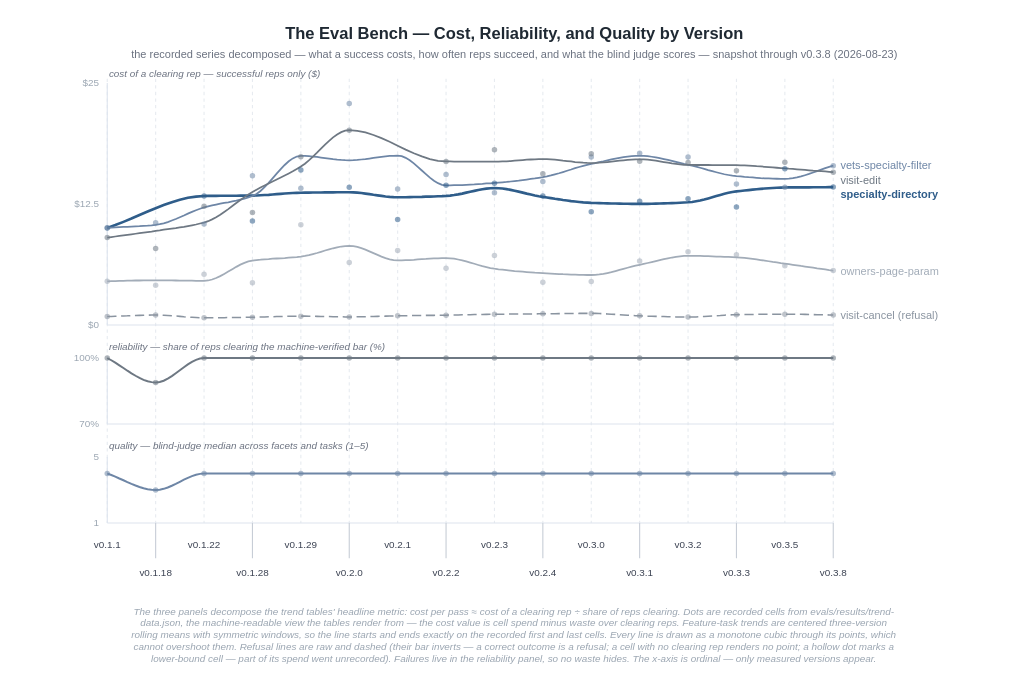
Above: docs/images/eval-trend.drawio in woditschka/agentic-coding-reference (draw.io), before the change. Source tidied: cells renumbered, new cells numbered last; positions are measured from the earlier drawing's top-left corner, leaving out a move shared by most shapes. Both pictures are drawn from the tidied source at 110%, with x=0, y=0 at pixel (19, 19).
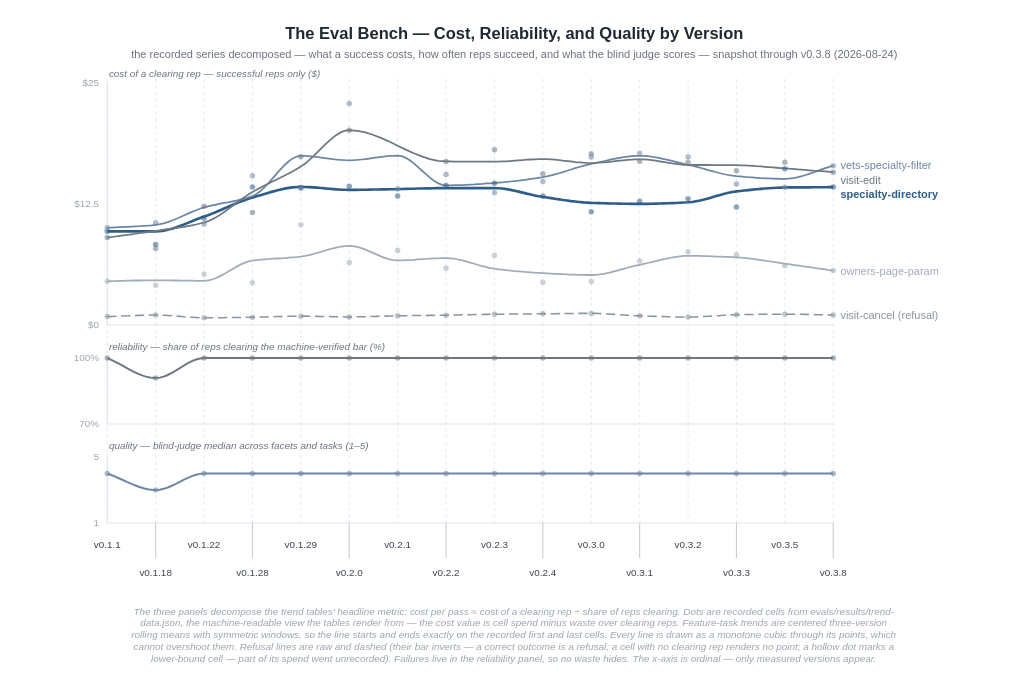
The same page after the edit.

Change to the diagram source:
```diff
@@
-    <mxCell id="3" value="the recorded series decomposed — what a success costs, how often reps succeed, and what the blind judge scores — snapshot through v0.3.8 (2026-08-23)" style="text;html=1;align=center;verticalAlign=middle;fontSize=10;fontColor=#6B7280;" parent="1" vertex="1">
+    <mxCell id="3" value="the recorded series decomposed — what a success costs, how often reps succeed, and what the blind judge scores — snapshot through v0.3.8 (2026-08-24)" style="text;html=1;align=center;verticalAlign=middle;fontSize=10;fontColor=#6B7280;" parent="1" vertex="1">
       <mxGeometry y="25" width="900" height="14" as="geometry" />
     </mxCell>
@@
     <mxCell id="37" style="edgeStyle=none;rounded=0;curved=0;html=1;jettySize=0;endArrow=none;startArrow=none;strokeColor=#2F5D8A;strokeWidth=2.4;" parent="1" edge="1">
       <mxGeometry relative="1" as="geometry">
-        <mxPoint x="80" y="189.7" as="sourcePoint" />
+        <mxPoint x="80" y="192.8" as="sourcePoint" />
         <mxPoint x="740" y="152.6" as="targetPoint" />
         <Array as="points">
-          <mxPoint x="87.3" y="187.1" />
-          <mxPoint x="94.7" y="184.2" />
-          <mxPoint x="102" y="181.2" />
-          <mxPoint x="109.3" y="178" />
-          <mxPoint x="116.7" y="174.8" />
-          <mxPoint x="124" y="171.8" />
-          <mxPoint x="131.3" y="168.9" />
-          <mxPoint x="138.7" y="166.3" />
-          <mxPoint x="146" y="164.1" />
-          <mxPoint x="153.3" y="162.3" />
-          <mxPoint x="160.7" y="161.2" />
-          <mxPoint x="168" y="160.7" />
-          <mxPoint x="171.7" y="160.6" />
-          <mxPoint x="175.3" y="160.6" />
-          <mxPoint x="179" y="160.6" />
-          <mxPoint x="182.7" y="160.5" />
-          <mxPoint x="186.3" y="160.5" />
-          <mxPoint x="190" y="160.5" />
-          <mxPoint x="193.7" y="160.5" />
-          <mxPoint x="197.3" y="160.5" />
-          <mxPoint x="201" y="160.4" />
-          <mxPoint x="204.7" y="160.4" />
-          <mxPoint x="208.3" y="160.4" />
-          <mxPoint x="212" y="160.3" />
-          <mxPoint x="215.7" y="160.2" />
-          <mxPoint x="219.3" y="160" />
-          <mxPoint x="223" y="159.8" />
-          <mxPoint x="226.7" y="159.6" />
-          <mxPoint x="230.3" y="159.3" />
-          <mxPoint x="234" y="159" />
-          <mxPoint x="237.7" y="158.7" />
-          <mxPoint x="241.3" y="158.4" />
-          <mxPoint x="245" y="158.2" />
-          <mxPoint x="248.7" y="158" />
-          <mxPoint x="252.3" y="157.8" />
-          <mxPoint x="256" y="157.7" />
-          <mxPoint x="259.7" y="157.6" />
-          <mxPoint x="263.3" y="157.6" />
-          <mxPoint x="267" y="157.5" />
-          <mxPoint x="270.7" y="157.5" />
-          <mxPoint x="274.3" y="157.5" />
-          <mxPoint x="278" y="157.4" />
-          <mxPoint x="281.7" y="157.4" />
-          <mxPoint x="285.3" y="157.4" />
-          <mxPoint x="289" y="157.3" />
-          <mxPoint x="292.7" y="157.3" />
-          <mxPoint x="296.3" y="157.3" />
-          <mxPoint x="300" y="157.3" />
-          <mxPoint x="303.7" y="157.4" />
-          <mxPoint x="307.3" y="157.6" />
-          <mxPoint x="311" y="158" />
-          <mxPoint x="314.7" y="158.5" />
-          <mxPoint x="318.3" y="159" />
-          <mxPoint x="322" y="159.6" />
-          <mxPoint x="325.7" y="160.1" />
-          <mxPoint x="329.3" y="160.6" />
-          <mxPoint x="333" y="161.1" />
-          <mxPoint x="336.7" y="161.5" />
-          <mxPoint x="340.3" y="161.7" />
-          <mxPoint x="344" y="161.8" />
-          <mxPoint x="347.7" y="161.8" />
-          <mxPoint x="351.3" y="161.8" />
-          <mxPoint x="355" y="161.7" />
-          <mxPoint x="358.7" y="161.6" />
-          <mxPoint x="362.3" y="161.6" />
-          <mxPoint x="366" y="161.5" />
-          <mxPoint x="369.7" y="161.3" />
-          <mxPoint x="373.3" y="161.2" />
-          <mxPoint x="377" y="161.1" />
-          <mxPoint x="380.7" y="160.9" />
-          <mxPoint x="384.3" y="160.8" />
-          <mxPoint x="388" y="160.6" />
-          <mxPoint x="391.7" y="160.3" />
-          <mxPoint x="395.3" y="159.8" />
-          <mxPoint x="399" y="159.2" />
-          <mxPoint x="402.7" y="158.5" />
-          <mxPoint x="406.3" y="157.6" />
-          <mxPoint x="410" y="156.8" />
-          <mxPoint x="413.7" y="156" />
-          <mxPoint x="417.3" y="155.2" />
-          <mxPoint x="421" y="154.5" />
-          <mxPoint x="424.7" y="154" />
-          <mxPoint x="428.3" y="153.6" />
+          <mxPoint x="83.7" y="192.8" />
+          <mxPoint x="87.3" y="192.8" />
+          <mxPoint x="91" y="192.8" />
+          <mxPoint x="94.7" y="192.8" />
+          <mxPoint x="98.3" y="192.8" />
+          <mxPoint x="102" y="192.8" />
+          <mxPoint x="105.7" y="192.8" />
+          <mxPoint x="109.3" y="192.8" />
+          <mxPoint x="113" y="192.8" />
+          <mxPoint x="116.7" y="192.8" />
+          <mxPoint x="120.3" y="192.8" />
+          <mxPoint x="124" y="192.8" />
+          <mxPoint x="127.7" y="192.6" />
+          <mxPoint x="131.3" y="192.2" />
+          <mxPoint x="135" y="191.4" />
+          <mxPoint x="138.7" y="190.4" />
+          <mxPoint x="142.3" y="189.3" />
+          <mxPoint x="146" y="188" />
+          <mxPoint x="149.7" y="186.6" />
+          <mxPoint x="153.3" y="185.1" />
+          <mxPoint x="157" y="183.6" />
+          <mxPoint x="160.7" y="182.1" />
+          <mxPoint x="164.3" y="180.7" />
+          <mxPoint x="168" y="179.4" />
+          <mxPoint x="171.7" y="178.1" />
+          <mxPoint x="175.3" y="176.7" />
+          <mxPoint x="179" y="175.2" />
+          <mxPoint x="182.7" y="173.6" />
+          <mxPoint x="186.3" y="172" />
+          <mxPoint x="190" y="170.4" />
+          <mxPoint x="193.7" y="168.8" />
+          <mxPoint x="197.3" y="167.3" />
+          <mxPoint x="201" y="165.8" />
+          <mxPoint x="204.7" y="164.5" />
+          <mxPoint x="208.3" y="163.2" />
+          <mxPoint x="212" y="162.1" />
+          <mxPoint x="215.7" y="161" />
+          <mxPoint x="219.3" y="159.9" />
+          <mxPoint x="223" y="158.8" />
+          <mxPoint x="226.7" y="157.7" />
+          <mxPoint x="230.3" y="156.7" />
+          <mxPoint x="234" y="155.7" />
+          <mxPoint x="237.7" y="154.8" />
+          <mxPoint x="241.3" y="154" />
+          <mxPoint x="245" y="153.3" />
+          <mxPoint x="248.7" y="152.8" />
+          <mxPoint x="252.3" y="152.5" />
+          <mxPoint x="256" y="152.4" />
+          <mxPoint x="259.7" y="152.5" />
+          <mxPoint x="263.3" y="152.6" />
+          <mxPoint x="267" y="152.8" />
+          <mxPoint x="270.7" y="153.1" />
+          <mxPoint x="274.3" y="153.4" />
+          <mxPoint x="278" y="153.8" />
+          <mxPoint x="281.7" y="154.1" />
+          <mxPoint x="285.3" y="154.4" />
+          <mxPoint x="289" y="154.7" />
+          <mxPoint x="292.7" y="154.9" />
+          <mxPoint x="296.3" y="155" />
+          <mxPoint x="300" y="155.1" />
+          <mxPoint x="303.7" y="155.1" />
+          <mxPoint x="307.3" y="155.1" />
+          <mxPoint x="311" y="155" />
+          <mxPoint x="314.7" y="155" />
+          <mxPoint x="318.3" y="154.9" />
+          <mxPoint x="322" y="154.8" />
+          <mxPoint x="325.7" y="154.8" />
+          <mxPoint x="329.3" y="154.7" />
+          <mxPoint x="333" y="154.6" />
+          <mxPoint x="336.7" y="154.5" />
+          <mxPoint x="340.3" y="154.5" />
+          <mxPoint x="344" y="154.4" />
+          <mxPoint x="347.7" y="154.3" />
+          <mxPoint x="351.3" y="154.2" />
+          <mxPoint x="355" y="154.1" />
+          <mxPoint x="358.7" y="154.1" />
+          <mxPoint x="362.3" y="153.9" />
+          <mxPoint x="366" y="153.9" />
+          <mxPoint x="369.7" y="153.8" />
+          <mxPoint x="373.3" y="153.7" />
+          <mxPoint x="377" y="153.6" />
+          <mxPoint x="380.7" y="153.5" />
+          <mxPoint x="384.3" y="153.5" />
+          <mxPoint x="388" y="153.5" />
+          <mxPoint x="391.7" y="153.5" />
+          <mxPoint x="395.3" y="153.5" />
+          <mxPoint x="399" y="153.5" />
+          <mxPoint x="402.7" y="153.5" />
+          <mxPoint x="406.3" y="153.5" />
+          <mxPoint x="410" y="153.5" />
+          <mxPoint x="413.7" y="153.5" />
+          <mxPoint x="417.3" y="153.5" />
+          <mxPoint x="421" y="153.5" />
+          <mxPoint x="424.7" y="153.5" />
+          <mxPoint x="428.3" y="153.5" />
           <mxPoint x="432" y="153.5" />
           <mxPoint x="435.7" y="153.6" />
           <mxPoint x="439.3" y="153.9" />
           <mxPoint x="443" y="154.4" />
           <mxPoint x="446.7" y="155.1" />
           <mxPoint x="450.3" y="155.9" />
           <mxPoint x="454" y="156.7" />
           <mxPoint x="457.7" y="157.6" />
           <mxPoint x="461.3" y="158.5" />
           <mxPoint x="465" y="159.3" />
           <mxPoint x="468.7" y="160.2" />
           <mxPoint x="472.3" y="160.9" />
           <mxPoint x="476" y="161.5" />
           <mxPoint x="479.7" y="162" />
           <mxPoint x="483.3" y="162.6" />
           <mxPoint x="487" y="163.2" />
           <mxPoint x="490.7" y="163.7" />
           <mxPoint x="494.3" y="164.3" />
           <mxPoint x="498" y="164.8" />
           <mxPoint x="501.7" y="165.3" />
           <mxPoint x="505.3" y="165.7" />
           <mxPoint x="509" y="166.1" />
           <mxPoint x="512.7" y="166.5" />
           <mxPoint x="516.3" y="166.7" />
           <mxPoint x="520" y="166.9" />
           <mxPoint x="523.7" y="167" />
           <mxPoint x="527.3" y="167.1" />
           <mxPoint x="531" y="167.3" />
           <mxPoint x="534.7" y="167.4" />
           <mxPoint x="538.3" y="167.5" />
           <mxPoint x="542" y="167.5" />
           <mxPoint x="545.7" y="167.6" />
           <mxPoint x="549.3" y="167.7" />
           <mxPoint x="553" y="167.7" />
           <mxPoint x="556.7" y="167.8" />
           <mxPoint x="560.3" y="167.8" />
           <mxPoint x="564" y="167.8" />
           <mxPoint x="567.7" y="167.8" />
           <mxPoint x="571.3" y="167.8" />
           <mxPoint x="575" y="167.7" />
           <mxPoint x="578.7" y="167.6" />
           <mxPoint x="582.3" y="167.5" />
           <mxPoint x="586" y="167.4" />
           <mxPoint x="589.7" y="167.3" />
           <mxPoint x="593.3" y="167.1" />
           <mxPoint x="597" y="167" />
           <mxPoint x="600.7" y="166.8" />
           <mxPoint x="604.3" y="166.6" />
           <mxPoint x="608" y="166.4" />
           <mxPoint x="611.7" y="166.1" />
           <mxPoint x="615.3" y="165.5" />
           <mxPoint x="619" y="164.8" />
           <mxPoint x="622.7" y="163.9" />
           <mxPoint x="626.3" y="162.9" />
           <mxPoint x="630" y="161.8" />
           <mxPoint x="633.7" y="160.7" />
           <mxPoint x="637.3" y="159.7" />
           <mxPoint x="641" y="158.7" />
           <mxPoint x="644.7" y="157.8" />
           <mxPoint x="648.3" y="157" />
           <mxPoint x="652" y="156.5" />
           <mxPoint x="655.7" y="156.1" />
           <mxPoint x="659.3" y="155.7" />
           <mxPoint x="663" y="155.3" />
           <mxPoint x="666.7" y="154.9" />
           <mxPoint x="670.3" y="154.5" />
           <mxPoint x="674" y="154.2" />
           <mxPoint x="677.7" y="153.9" />
           <mxPoint x="681.3" y="153.6" />
           <mxPoint x="685" y="153.4" />
           <mxPoint x="688.7" y="153.2" />
           <mxPoint x="692.3" y="153.1" />
           <mxPoint x="696" y="153" />
           <mxPoint x="699.7" y="152.9" />
           <mxPoint x="703.3" y="152.9" />
           <mxPoint x="707" y="152.9" />
           <mxPoint x="710.7" y="152.8" />
           <mxPoint x="714.3" y="152.8" />
           <mxPoint x="718" y="152.8" />
           <mxPoint x="721.7" y="152.7" />
           <mxPoint x="725.3" y="152.7" />
           <mxPoint x="729" y="152.7" />
           <mxPoint x="732.7" y="152.7" />
           <mxPoint x="736.3" y="152.6" />
         </Array>
       </mxGeometry>
     </mxCell>
@@
     <mxCell id="56" style="ellipse;html=1;fillColor=#2F5D8A;strokeColor=none;opacity=55;" parent="1" vertex="1">
-      <mxGeometry x="77.5" y="187.2" width="5" height="5" as="geometry" />
+      <mxGeometry x="77.5" y="190.3" width="5" height="5" as="geometry" />
     </mxCell>
+    <mxCell id="183" style="ellipse;html=1;fillColor=#2F5D8A;strokeColor=none;opacity=55;" parent="1" vertex="1">
+      <mxGeometry x="121.5" y="202.2" width="5" height="5" as="geometry" />
+    </mxCell>
     <mxCell id="57" style="ellipse;html=1;fillColor=#2F5D8A;strokeColor=none;opacity=55;" parent="1" vertex="1">
-      <mxGeometry x="165.5" y="158.2" width="5" height="5" as="geometry" />
+      <mxGeometry x="165.5" y="178.5" width="5" height="5" as="geometry" />
     </mxCell>
     <mxCell id="58" style="ellipse;html=1;fillColor=#2F5D8A;strokeColor=none;opacity=55;" parent="1" vertex="1">
-      <mxGeometry x="209.5" y="180.8" width="5" height="5" as="geometry" />
+      <mxGeometry x="209.5" y="149.9" width="5" height="5" as="geometry" />
     </mxCell>
     <mxCell id="59" style="ellipse;html=1;fillColor=#2F5D8A;strokeColor=none;opacity=55;" parent="1" vertex="1">
-      <mxGeometry x="253.5" y="134.5" width="5" height="5" as="geometry" />
+      <mxGeometry x="253.5" y="150.5" width="5" height="5" as="geometry" />
     </mxCell>
     <mxCell id="60" style="ellipse;html=1;fillColor=#2F5D8A;strokeColor=none;opacity=55;" parent="1" vertex="1">
-      <mxGeometry x="297.5" y="150.3" width="5" height="5" as="geometry" />
+      <mxGeometry x="297.5" y="149.3" width="5" height="5" as="geometry" />
     </mxCell>
     <mxCell id="61" style="ellipse;html=1;fillColor=#2F5D8A;strokeColor=none;opacity=55;" parent="1" vertex="1">
-      <mxGeometry x="341.5" y="179.5" width="5" height="5" as="geometry" />
+      <mxGeometry x="341.5" y="158.1" width="5" height="5" as="geometry" />
     </mxCell>
@@
     <mxCell id="119" style="edgeStyle=none;rounded=0;curved=0;html=1;jettySize=0;endArrow=none;startArrow=none;strokeColor=#6E7883;strokeWidth=1.8;" parent="1" edge="1">
       <mxGeometry relative="1" as="geometry">
         <mxPoint x="80" y="308" as="sourcePoint" />
         <mxPoint x="740" y="308" as="targetPoint" />
         <Array as="points">
-          <mxPoint x="83.7" y="310" />
-          <mxPoint x="87.3" y="312.2" />
-          <mxPoint x="91" y="314.6" />
-          <mxPoint x="94.7" y="317" />
-          <mxPoint x="98.3" y="319.5" />
-          <mxPoint x="102" y="321.9" />
-          <mxPoint x="105.7" y="324.1" />
-          <mxPoint x="109.3" y="326.1" />
-          <mxPoint x="113" y="327.8" />
-          <mxPoint x="116.7" y="329.1" />
-          <mxPoint x="120.3" y="329.9" />
-          <mxPoint x="124" y="330.2" />
-          <mxPoint x="127.7" y="329.8" />
-          <mxPoint x="131.3" y="328.6" />
-          <mxPoint x="135" y="326.7" />
-          <mxPoint x="138.7" y="324.4" />
-          <mxPoint x="142.3" y="321.8" />
-          <mxPoint x="146" y="319.1" />
-          <mxPoint x="149.7" y="316.4" />
-          <mxPoint x="153.3" y="313.8" />
-          <mxPoint x="157" y="311.5" />
-          <mxPoint x="160.7" y="309.6" />
+          <mxPoint x="83.7" y="309.6" />
+          <mxPoint x="87.3" y="311.5" />
+          <mxPoint x="91" y="313.4" />
+          <mxPoint x="94.7" y="315.4" />
+          <mxPoint x="98.3" y="317.4" />
+          <mxPoint x="102" y="319.4" />
+          <mxPoint x="105.7" y="321.2" />
+          <mxPoint x="109.3" y="322.8" />
+          <mxPoint x="113" y="324.2" />
+          <mxPoint x="116.7" y="325.3" />
+          <mxPoint x="120.3" y="326" />
+          <mxPoint x="124" y="326.2" />
+          <mxPoint x="127.7" y="325.8" />
+          <mxPoint x="131.3" y="324.9" />
+          <mxPoint x="135" y="323.4" />
+          <mxPoint x="138.7" y="321.5" />
+          <mxPoint x="142.3" y="319.4" />
+          <mxPoint x="146" y="317.1" />
+          <mxPoint x="149.7" y="314.8" />
+          <mxPoint x="153.3" y="312.7" />
+          <mxPoint x="157" y="310.8" />
+          <mxPoint x="160.7" y="309.3" />
           <mxPoint x="164.3" y="308.4" />
           <mxPoint x="168" y="308" />
           <mxPoint x="171.7" y="308" />
           <mxPoint x="175.3" y="308" />
           <mxPoint x="179" y="308" />
           <mxPoint x="182.7" y="308" />
           <mxPoint x="186.3" y="308" />
           <mxPoint x="190" y="308" />
           <mxPoint x="193.7" y="308" />
           <mxPoint x="197.3" y="308" />
           <mxPoint x="201" y="308" />
           <mxPoint x="204.7" y="308" />
           <mxPoint x="208.3" y="308" />
           <mxPoint x="212" y="308" />
           <mxPoint x="215.7" y="308" />
           <mxPoint x="219.3" y="308" />
           <mxPoint x="223" y="308" />
           <mxPoint x="226.7" y="308" />
           <mxPoint x="230.3" y="308" />
           <mxPoint x="234" y="308" />
           <mxPoint x="237.7" y="308" />
           <mxPoint x="241.3" y="308" />
           <mxPoint x="245" y="308" />
           <mxPoint x="248.7" y="308" />
           <mxPoint x="252.3" y="308" />
           <mxPoint x="256" y="308" />
           <mxPoint x="259.7" y="308" />
           <mxPoint x="263.3" y="308" />
           <mxPoint x="267" y="308" />
           <mxPoint x="270.7" y="308" />
           <mxPoint x="274.3" y="308" />
           <mxPoint x="278" y="308" />
           <mxPoint x="281.7" y="308" />
           <mxPoint x="285.3" y="308" />
           <mxPoint x="289" y="308" />
           <mxPoint x="292.7" y="308" />
           <mxPoint x="296.3" y="308" />
           <mxPoint x="300" y="308" />
           <mxPoint x="303.7" y="308" />
           <mxPoint x="307.3" y="308" />
           <mxPoint x="311" y="308" />
           <mxPoint x="314.7" y="308" />
           <mxPoint x="318.3" y="308" />
           <mxPoint x="322" y="308" />
           <mxPoint x="325.7" y="308" />
           <mxPoint x="329.3" y="308" />
           <mxPoint x="333" y="308" />
           <mxPoint x="336.7" y="308" />
           <mxPoint x="340.3" y="308" />
           <mxPoint x="344" y="308" />
           <mxPoint x="347.7" y="308" />
           <mxPoint x="351.3" y="308" />
           <mxPoint x="355" y="308" />
           <mxPoint x="358.7" y="308" />
           <mxPoint x="362.3" y="308" />
           <mxPoint x="366" y="308" />
           <mxPoint x="369.7" y="308" />
           <mxPoint x="373.3" y="308" />
           <mxPoint x="377" y="308" />
           <mxPoint x="380.7" y="308" />
           <mxPoint x="384.3" y="308" />
           <mxPoint x="388" y="308" />
           <mxPoint x="391.7" y="308" />
           <mxPoint x="395.3" y="308" />
           <mxPoint x="399" y="308" />
           <mxPoint x="402.7" y="308" />
           <mxPoint x="406.3" y="308" />
           <mxPoint x="410" y="308" />
           <mxPoint x="413.7" y="308" />
           <mxPoint x="417.3" y="308" />
           <mxPoint x="421" y="308" />
           <mxPoint x="424.7" y="308" />
           <mxPoint x="428.3" y="308" />
           <mxPoint x="432" y="308" />
           <mxPoint x="435.7" y="308" />
           <mxPoint x="439.3" y="308" />
           <mxPoint x="443" y="308" />
           <mxPoint x="446.7" y="308" />
           <mxPoint x="450.3" y="308" />
           <mxPoint x="454" y="308" />
           <mxPoint x="457.7" y="308" />
           <mxPoint x="461.3" y="308" />
           <mxPoint x="465" y="308" />
           <mxPoint x="468.7" y="308" />
           <mxPoint x="472.3" y="308" />
           <mxPoint x="476" y="308" />
           <mxPoint x="479.7" y="308" />
           <mxPoint x="483.3" y="308" />
           <mxPoint x="487" y="308" />
           <mxPoint x="490.7" y="308" />
           <mxPoint x="494.3" y="308" />
           <mxPoint x="498" y="308" />
           <mxPoint x="501.7" y="308" />
           <mxPoint x="505.3" y="308" />
           <mxPoint x="509" y="308" />
           <mxPoint x="512.7" y="308" />
           <mxPoint x="516.3" y="308" />
           <mxPoint x="520" y="308" />
           <mxPoint x="523.7" y="308" />
           <mxPoint x="527.3" y="308" />
           <mxPoint x="531" y="308" />
           <mxPoint x="534.7" y="308" />
           <mxPoint x="538.3" y="308" />
           <mxPoint x="542" y="308" />
           <mxPoint x="545.7" y="308" />
           <mxPoint x="549.3" y="308" />
           <mxPoint x="553" y="308" />
           <mxPoint x="556.7" y="308" />
           <mxPoint x="560.3" y="308" />
           <mxPoint x="564" y="308" />
           <mxPoint x="567.7" y="308" />
           <mxPoint x="571.3" y="308" />
           <mxPoint x="575" y="308" />
           <mxPoint x="578.7" y="308" />
           <mxPoint x="582.3" y="308" />
           <mxPoint x="586" y="308" />
           <mxPoint x="589.7" y="308" />
           <mxPoint x="593.3" y="308" />
           <mxPoint x="597" y="308" />
           <mxPoint x="600.7" y="308" />
           <mxPoint x="604.3" y="308" />
           <mxPoint x="608" y="308" />
           <mxPoint x="611.7" y="308" />
           <mxPoint x="615.3" y="308" />
           <mxPoint x="619" y="308" />
           <mxPoint x="622.7" y="308" />
           <mxPoint x="626.3" y="308" />
           <mxPoint x="630" y="308" />
           <mxPoint x="633.7" y="308" />
           <mxPoint x="637.3" y="308" />
           <mxPoint x="641" y="308" />
           <mxPoint x="644.7" y="308" />
           <mxPoint x="648.3" y="308" />
           <mxPoint x="652" y="308" />
           <mxPoint x="655.7" y="308" />
           <mxPoint x="659.3" y="308" />
           <mxPoint x="663" y="308" />
           <mxPoint x="666.7" y="308" />
           <mxPoint x="670.3" y="308" />
           <mxPoint x="674" y="308" />
           <mxPoint x="677.7" y="308" />
           <mxPoint x="681.3" y="308" />
           <mxPoint x="685" y="308" />
           <mxPoint x="688.7" y="308" />
           <mxPoint x="692.3" y="308" />
           <mxPoint x="696" y="308" />
           <mxPoint x="699.7" y="308" />
           <mxPoint x="703.3" y="308" />
           <mxPoint x="707" y="308" />
           <mxPoint x="710.7" y="308" />
           <mxPoint x="714.3" y="308" />
           <mxPoint x="718" y="308" />
           <mxPoint x="721.7" y="308" />
           <mxPoint x="725.3" y="308" />
           <mxPoint x="729" y="308" />
           <mxPoint x="732.7" y="308" />
           <mxPoint x="736.3" y="308" />
         </Array>
       </mxGeometry>
     </mxCell>
@@
     <mxCell id="121" style="ellipse;html=1;fillColor=#6E7883;strokeColor=none;opacity=55;" parent="1" vertex="1">
-      <mxGeometry x="121.5" y="327.7" width="5" height="5" as="geometry" />
+      <mxGeometry x="121.5" y="323.7" width="5" height="5" as="geometry" />
     </mxCell>
```
